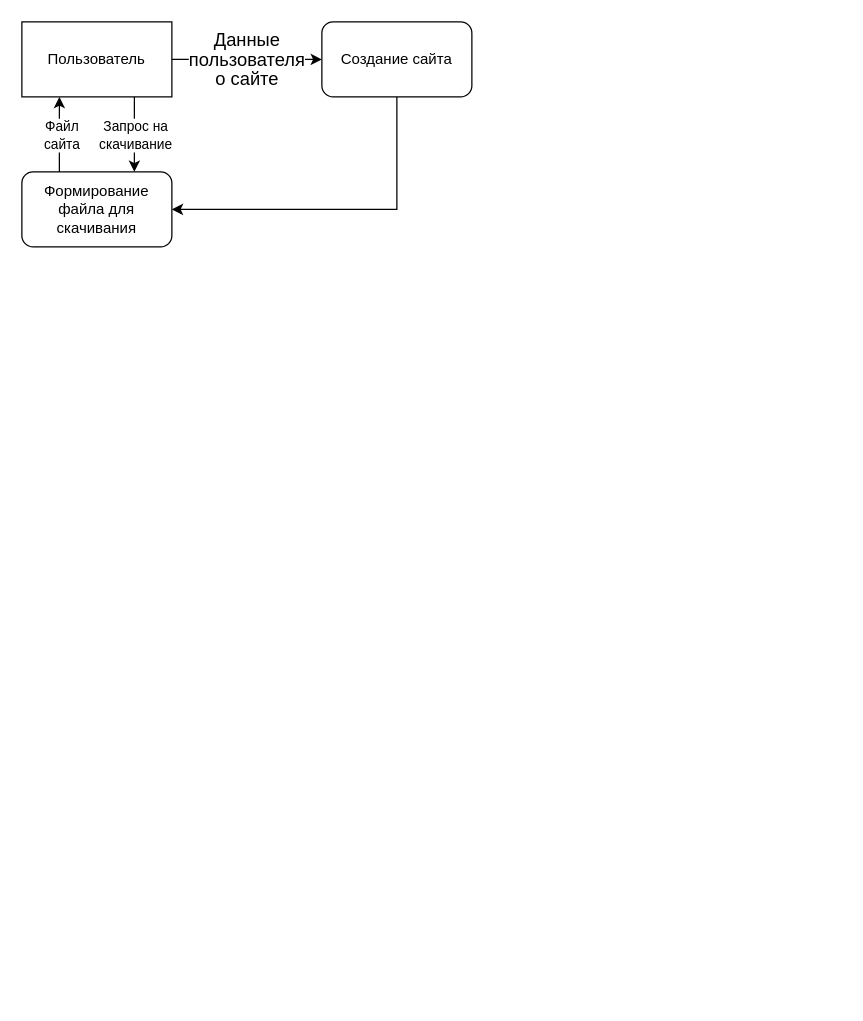
Earlier version of the draw.io diagram Схемки/DFD.drawio (Alex8157/website-builder). Source tidied: cells renumbered, new cells numbered last; positions are measured from the earlier drawing's top-left corner, leaving out a move shared by most shapes. Both pictures are drawn from the tidied source at 125%, with x=0, y=0 at pixel (21, 21).
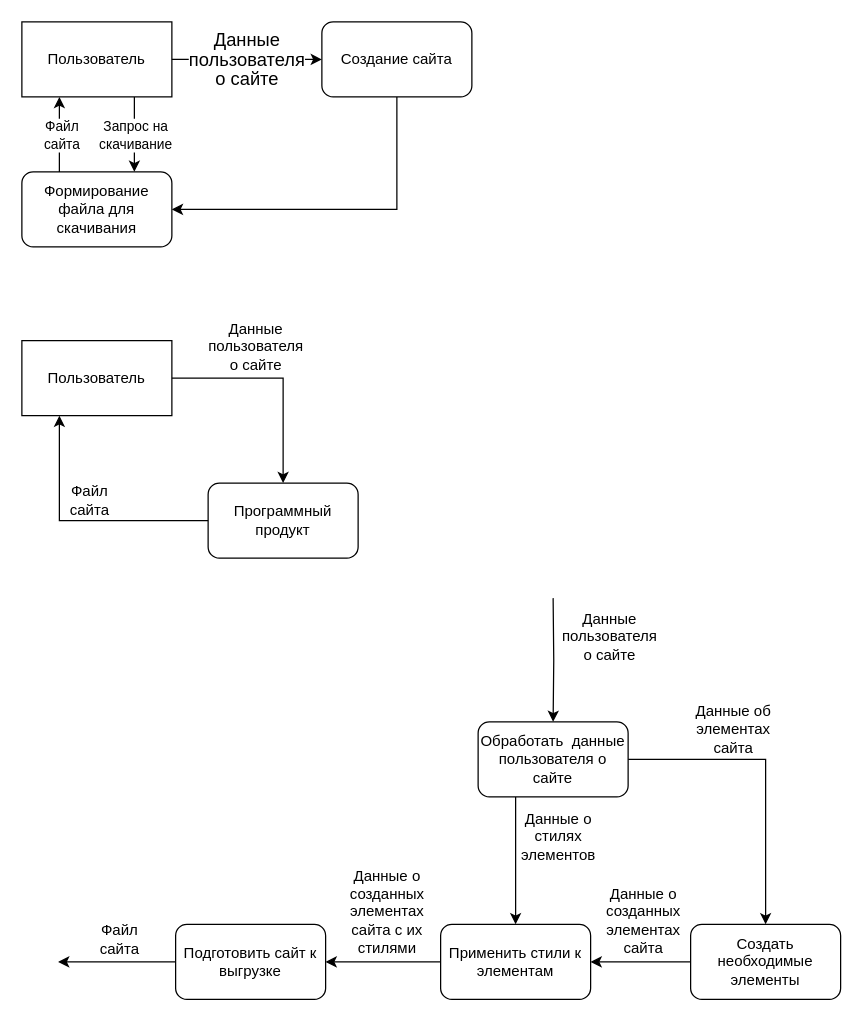
Above is the later version.

Change to the diagram source:
```diff
@@
+    <mxCell id="12" value="Пользователь" style="rounded=0;whiteSpace=wrap;html=1;" parent="1" vertex="1">
+      <mxGeometry y="255" width="120" height="60" as="geometry" />
+    </mxCell>
+    <mxCell id="13" value="Программный продукт" style="rounded=1;whiteSpace=wrap;html=1;" parent="1" vertex="1">
+      <mxGeometry x="149" y="369" width="120" height="60" as="geometry" />
+    </mxCell>
+    <mxCell id="14" style="endArrow=classic;html=1;rounded=0;exitX=1;exitY=0.5;exitDx=0;exitDy=0;entryX=0.5;entryY=0;entryDx=0;entryDy=0;edgeStyle=orthogonalEdgeStyle;" parent="1" edge="1" source="12" target="13">
+      <mxGeometry relative="1" as="geometry" />
+    </mxCell>
+    <mxCell id="15" style="edgeStyle=orthogonalEdgeStyle;rounded=0;jettySize=auto;html=1;exitX=0;exitY=0.5;exitDx=0;exitDy=0;entryX=0.25;entryY=1;entryDx=0;entryDy=0;" parent="1" edge="1" source="13" target="12">
+      <mxGeometry relative="1" as="geometry" />
+    </mxCell>
+    <mxCell id="16" value="Файл&lt;br style=&quot;font-size: 12px;&quot;&gt;сайта" style="edgeLabel;html=1;align=center;verticalAlign=middle;fontSize=12;" parent="15" vertex="1">
+      <mxGeometry x="0.26" y="-1" relative="1" as="geometry">
+        <mxPoint x="22" y="-8" as="offset" />
+      </mxGeometry>
+    </mxCell>
+    <mxCell id="17" style="edgeStyle=orthogonalEdgeStyle;rounded=0;jettySize=auto;html=1;exitX=1;exitY=0.5;exitDx=0;exitDy=0;entryX=0.5;entryY=0;entryDx=0;entryDy=0;elbow=vertical;" parent="1" edge="1" source="20" target="22">
+      <mxGeometry relative="1" as="geometry" />
+    </mxCell>
+    <mxCell id="18" value="Данные об&lt;br style=&quot;font-size: 12px;&quot;&gt;элементах&lt;br style=&quot;font-size: 12px;&quot;&gt;сайта" style="edgeLabel;html=1;align=center;verticalAlign=middle;fontSize=12;" parent="17" vertex="1">
+      <mxGeometry x="0.07" relative="1" as="geometry">
+        <mxPoint x="-27" y="-44" as="offset" />
+      </mxGeometry>
+    </mxCell>
+    <mxCell id="19" style="edgeStyle=orthogonalEdgeStyle;rounded=0;jettySize=auto;html=1;exitX=0.25;exitY=1;exitDx=0;exitDy=0;fontSize=12;elbow=vertical;" parent="1" edge="1" source="20" target="24">
+      <mxGeometry relative="1" as="geometry" />
+    </mxCell>
+    <mxCell id="20" value="Обработать&amp;nbsp; данные пользователя о сайте" style="rounded=1;whiteSpace=wrap;html=1;" parent="1" vertex="1">
+      <mxGeometry x="365" y="560" width="120" height="60" as="geometry" />
+    </mxCell>
+    <mxCell id="21" style="edgeStyle=orthogonalEdgeStyle;rounded=0;jettySize=auto;html=1;exitX=0;exitY=0.5;exitDx=0;exitDy=0;entryX=1;entryY=0.5;entryDx=0;entryDy=0;fontSize=12;elbow=vertical;" parent="1" edge="1" source="22" target="24">
+      <mxGeometry relative="1" as="geometry" />
+    </mxCell>
+    <mxCell id="22" value="Создать необходимые элементы" style="rounded=1;whiteSpace=wrap;html=1;" parent="1" vertex="1">
+      <mxGeometry x="535" y="722" width="120" height="60" as="geometry" />
+    </mxCell>
+    <mxCell id="23" style="edgeStyle=orthogonalEdgeStyle;rounded=0;jettySize=auto;html=1;exitX=0;exitY=0.5;exitDx=0;exitDy=0;entryX=1;entryY=0.5;entryDx=0;entryDy=0;fontSize=12;elbow=vertical;" parent="1" edge="1" source="24" target="28">
+      <mxGeometry relative="1" as="geometry" />
+    </mxCell>
+    <mxCell id="24" value="Применить стили к элементам" style="rounded=1;whiteSpace=wrap;html=1;fontSize=12;" parent="1" vertex="1">
+      <mxGeometry x="335" y="722" width="120" height="60" as="geometry" />
+    </mxCell>
+    <mxCell id="25" value="Данные о &lt;br&gt;стилях &lt;br&gt;элементов" style="edgeLabel;html=1;align=center;verticalAlign=middle;fontSize=12;" parent="1" vertex="1">
+      <mxGeometry x="428" y="651" as="geometry" />
+    </mxCell>
+    <mxCell id="26" value="&lt;span style=&quot;color: rgb(0, 0, 0); font-family: Helvetica; font-size: 12px; font-style: normal; font-variant-ligatures: normal; font-variant-caps: normal; font-weight: 400; letter-spacing: normal; orphans: 2; text-align: center; text-indent: 0px; text-transform: none; widows: 2; word-spacing: 0px; -webkit-text-stroke-width: 0px; background-color: rgb(255, 255, 255); text-decoration-thickness: initial; text-decoration-style: initial; text-decoration-color: initial; float: none; display: inline !important;&quot;&gt;Данные о &lt;br&gt;созданных&lt;/span&gt;&lt;br style=&quot;color: rgb(0, 0, 0); font-family: Helvetica; font-size: 12px; font-style: normal; font-variant-ligatures: normal; font-variant-caps: normal; font-weight: 400; letter-spacing: normal; orphans: 2; text-align: center; text-indent: 0px; text-transform: none; widows: 2; word-spacing: 0px; -webkit-text-stroke-width: 0px; text-decoration-thickness: initial; text-decoration-style: initial; text-decoration-color: initial;&quot;&gt;&lt;span style=&quot;color: rgb(0, 0, 0); font-family: Helvetica; font-size: 12px; font-style: normal; font-variant-ligatures: normal; font-variant-caps: normal; font-weight: 400; letter-spacing: normal; orphans: 2; text-align: center; text-indent: 0px; text-transform: none; widows: 2; word-spacing: 0px; -webkit-text-stroke-width: 0px; background-color: rgb(255, 255, 255); text-decoration-thickness: initial; text-decoration-style: initial; text-decoration-color: initial; float: none; display: inline !important;&quot;&gt;элементах&lt;/span&gt;&lt;br style=&quot;color: rgb(0, 0, 0); font-family: Helvetica; font-size: 12px; font-style: normal; font-variant-ligatures: normal; font-variant-caps: normal; font-weight: 400; letter-spacing: normal; orphans: 2; text-align: center; text-indent: 0px; text-transform: none; widows: 2; word-spacing: 0px; -webkit-text-stroke-width: 0px; text-decoration-thickness: initial; text-decoration-style: initial; text-decoration-color: initial;&quot;&gt;&lt;span style=&quot;color: rgb(0, 0, 0); font-family: Helvetica; font-size: 12px; font-style: normal; font-variant-ligatures: normal; font-variant-caps: normal; font-weight: 400; letter-spacing: normal; orphans: 2; text-align: center; text-indent: 0px; text-transform: none; widows: 2; word-spacing: 0px; -webkit-text-stroke-width: 0px; background-color: rgb(255, 255, 255); text-decoration-thickness: initial; text-decoration-style: initial; text-decoration-color: initial; float: none; display: inline !important;&quot;&gt;сайта&lt;/span&gt;" style="edgeLabel;html=1;align=center;verticalAlign=middle;fontSize=12;" parent="1" vertex="1">
+      <mxGeometry x="503" y="622" as="geometry">
+        <mxPoint x="-7" y="96" as="offset" />
+      </mxGeometry>
+    </mxCell>
+    <mxCell id="27" style="edgeStyle=orthogonalEdgeStyle;rounded=0;jettySize=auto;html=1;exitX=0;exitY=0.5;exitDx=0;exitDy=0;fontSize=12;elbow=vertical;" parent="1" edge="1" source="28">
+      <mxGeometry relative="1" as="geometry">
+        <mxPoint x="29" y="752" as="targetPoint" />
+      </mxGeometry>
+    </mxCell>
+    <mxCell id="28" value="Подготовить сайт к выгрузке" style="rounded=1;whiteSpace=wrap;html=1;fontSize=12;" parent="1" vertex="1">
+      <mxGeometry x="123" y="722" width="120" height="60" as="geometry" />
+    </mxCell>
+    <mxCell id="29" value="&lt;span style=&quot;color: rgb(0, 0, 0); font-family: Helvetica; font-size: 12px; font-style: normal; font-variant-ligatures: normal; font-variant-caps: normal; font-weight: 400; letter-spacing: normal; orphans: 2; text-align: center; text-indent: 0px; text-transform: none; widows: 2; word-spacing: 0px; -webkit-text-stroke-width: 0px; background-color: rgb(255, 255, 255); text-decoration-thickness: initial; text-decoration-style: initial; text-decoration-color: initial; float: none; display: inline !important;&quot;&gt;Данные о &lt;br&gt;созданных&lt;/span&gt;&lt;br style=&quot;color: rgb(0, 0, 0); font-family: Helvetica; font-size: 12px; font-style: normal; font-variant-ligatures: normal; font-variant-caps: normal; font-weight: 400; letter-spacing: normal; orphans: 2; text-align: center; text-indent: 0px; text-transform: none; widows: 2; word-spacing: 0px; -webkit-text-stroke-width: 0px; text-decoration-thickness: initial; text-decoration-style: initial; text-decoration-color: initial;&quot;&gt;&lt;span style=&quot;color: rgb(0, 0, 0); font-family: Helvetica; font-size: 12px; font-style: normal; font-variant-ligatures: normal; font-variant-caps: normal; font-weight: 400; letter-spacing: normal; orphans: 2; text-align: center; text-indent: 0px; text-transform: none; widows: 2; word-spacing: 0px; -webkit-text-stroke-width: 0px; background-color: rgb(255, 255, 255); text-decoration-thickness: initial; text-decoration-style: initial; text-decoration-color: initial; float: none; display: inline !important;&quot;&gt;элементах&lt;/span&gt;&lt;br style=&quot;color: rgb(0, 0, 0); font-family: Helvetica; font-size: 12px; font-style: normal; font-variant-ligatures: normal; font-variant-caps: normal; font-weight: 400; letter-spacing: normal; orphans: 2; text-align: center; text-indent: 0px; text-transform: none; widows: 2; word-spacing: 0px; -webkit-text-stroke-width: 0px; text-decoration-thickness: initial; text-decoration-style: initial; text-decoration-color: initial;&quot;&gt;&lt;span style=&quot;color: rgb(0, 0, 0); font-family: Helvetica; font-size: 12px; font-style: normal; font-variant-ligatures: normal; font-variant-caps: normal; font-weight: 400; letter-spacing: normal; orphans: 2; text-align: center; text-indent: 0px; text-transform: none; widows: 2; word-spacing: 0px; -webkit-text-stroke-width: 0px; background-color: rgb(255, 255, 255); text-decoration-thickness: initial; text-decoration-style: initial; text-decoration-color: initial; float: none; display: inline !important;&quot;&gt;сайта с их&lt;br&gt;стилями&lt;/span&gt;" style="edgeLabel;html=1;align=center;verticalAlign=middle;fontSize=12;" parent="1" vertex="1">
+      <mxGeometry x="298" y="615" as="geometry">
+        <mxPoint x="-7" y="96" as="offset" />
+      </mxGeometry>
+    </mxCell>
+    <mxCell id="30" value="Файл&lt;br style=&quot;font-size: 12px;&quot;&gt;сайта" style="edgeLabel;html=1;align=center;verticalAlign=middle;fontSize=12;" parent="1" vertex="1">
+      <mxGeometry x="77" y="733" as="geometry" />
+    </mxCell>
+    <mxCell id="31" value="Данные &lt;br&gt;пользователя &lt;br&gt;о сайте" style="edgeLabel;html=1;align=center;verticalAlign=middle;fontSize=12;" parent="1" vertex="1">
+      <mxGeometry x="186" y="259" as="geometry" />
+    </mxCell>
+    <mxCell id="32" style="endArrow=classic;html=1;rounded=0;entryX=0.5;entryY=0;entryDx=0;entryDy=0;edgeStyle=orthogonalEdgeStyle;" parent="1" edge="1" target="20">
+      <mxGeometry relative="1" as="geometry">
+        <mxPoint x="425" y="461" as="sourcePoint" />
+      </mxGeometry>
+    </mxCell>
+    <mxCell id="33" value="Данные &lt;br&gt;пользователя &lt;br&gt;о сайте" style="edgeLabel;html=1;align=center;verticalAlign=middle;fontSize=12;" parent="1" vertex="1">
+      <mxGeometry x="469" y="491" as="geometry" />
+    </mxCell>
```
